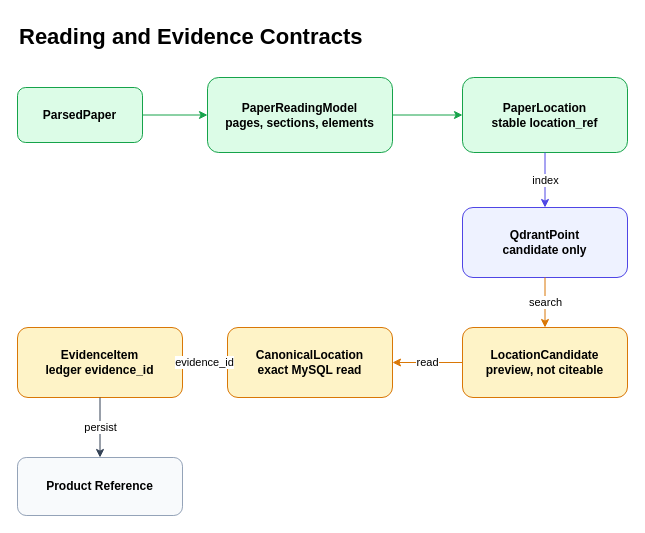
Before: page "02 Contracts" (2 of 7) of diagrams/paperloom-review-diagrams.drawio in CHZarles/paperloom, a draw.io diagram. Source tidied: cells renumbered, new cells numbered last; positions are measured from the earlier drawing's top-left corner, leaving out a move shared by most shapes. Both pictures are drawn from the tidied source at 100%, with x=0, y=0 at pixel (17, 17).
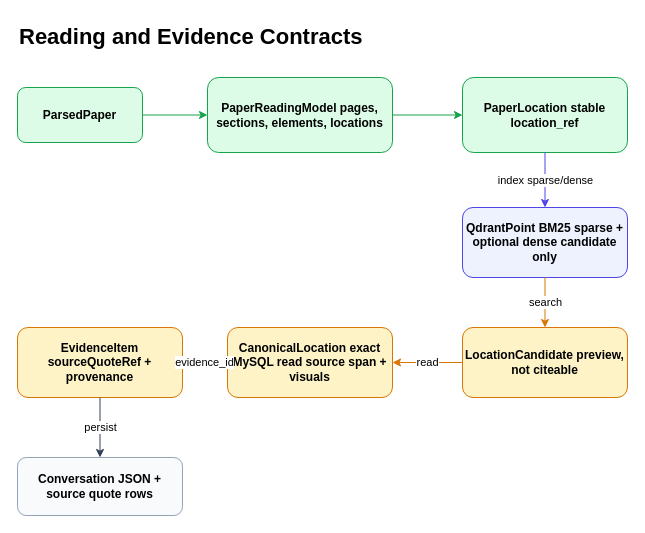
Above is the later version.

What changed in the source:
```diff
@@
 <mxGraphModel>
   <root>
     <mxCell id="0" />
     <mxCell id="1" parent="0" />
     <mxCell id="2" value="Reading and Evidence Contracts" style="text;html=1;strokeColor=none;fillColor=none;fontSize=22;fontStyle=1;align=left;" parent="1" vertex="1">
       <mxGeometry width="430" height="36" as="geometry" />
     </mxCell>
     <mxCell id="3" value="ParsedPaper" style="rounded=1;whiteSpace=wrap;html=1;fillColor=#DCFCE7;strokeColor=#16A34A;fontStyle=1;" parent="1" vertex="1">
       <mxGeometry y="70" width="125" height="55" as="geometry" />
     </mxCell>
-    <mxCell id="4" value="PaperReadingModel&#10;pages, sections, elements" style="rounded=1;whiteSpace=wrap;html=1;fillColor=#DCFCE7;strokeColor=#16A34A;fontStyle=1;" parent="1" vertex="1">
+    <mxCell id="4" value="PaperReadingModel pages, sections, elements, locations" style="rounded=1;whiteSpace=wrap;html=1;fillColor=#DCFCE7;strokeColor=#16A34A;fontStyle=1;" parent="1" vertex="1">
       <mxGeometry x="190" y="60" width="185" height="75" as="geometry" />
     </mxCell>
-    <mxCell id="5" value="PaperLocation&#10;stable location_ref" style="rounded=1;whiteSpace=wrap;html=1;fillColor=#DCFCE7;strokeColor=#16A34A;fontStyle=1;" parent="1" vertex="1">
+    <mxCell id="5" value="PaperLocation stable location_ref" style="rounded=1;whiteSpace=wrap;html=1;fillColor=#DCFCE7;strokeColor=#16A34A;fontStyle=1;" parent="1" vertex="1">
       <mxGeometry x="445" y="60" width="165" height="75" as="geometry" />
     </mxCell>
-    <mxCell id="6" value="QdrantPoint&#10;candidate only" style="rounded=1;whiteSpace=wrap;html=1;fillColor=#EEF2FF;strokeColor=#4F46E5;fontStyle=1;" parent="1" vertex="1">
+    <mxCell id="6" value="QdrantPoint BM25 sparse + optional dense candidate only" style="rounded=1;whiteSpace=wrap;html=1;fillColor=#EEF2FF;strokeColor=#4F46E5;fontStyle=1;" parent="1" vertex="1">
       <mxGeometry x="445" y="190" width="165" height="70" as="geometry" />
     </mxCell>
-    <mxCell id="7" value="LocationCandidate&#10;preview, not citeable" style="rounded=1;whiteSpace=wrap;html=1;fillColor=#FEF3C7;strokeColor=#D97706;fontStyle=1;" parent="1" vertex="1">
+    <mxCell id="7" value="LocationCandidate preview, not citeable" style="rounded=1;whiteSpace=wrap;html=1;fillColor=#FEF3C7;strokeColor=#D97706;fontStyle=1;" parent="1" vertex="1">
       <mxGeometry x="445" y="310" width="165" height="70" as="geometry" />
     </mxCell>
-    <mxCell id="8" value="CanonicalLocation&#10;exact MySQL read" style="rounded=1;whiteSpace=wrap;html=1;fillColor=#FEF3C7;strokeColor=#D97706;fontStyle=1;" parent="1" vertex="1">
+    <mxCell id="8" value="CanonicalLocation exact MySQL read source span + visuals" style="rounded=1;whiteSpace=wrap;html=1;fillColor=#FEF3C7;strokeColor=#D97706;fontStyle=1;" parent="1" vertex="1">
       <mxGeometry x="210" y="310" width="165" height="70" as="geometry" />
     </mxCell>
-    <mxCell id="9" value="EvidenceItem&#10;ledger evidence_id" style="rounded=1;whiteSpace=wrap;html=1;fillColor=#FEF3C7;strokeColor=#D97706;fontStyle=1;" parent="1" vertex="1">
+    <mxCell id="9" value="EvidenceItem sourceQuoteRef + provenance" style="rounded=1;whiteSpace=wrap;html=1;fillColor=#FEF3C7;strokeColor=#D97706;fontStyle=1;" parent="1" vertex="1">
       <mxGeometry y="310" width="165" height="70" as="geometry" />
     </mxCell>
-    <mxCell id="10" value="Product Reference" style="rounded=1;whiteSpace=wrap;html=1;fillColor=#F8FAFC;strokeColor=#94A3B8;fontStyle=1;" parent="1" vertex="1">
+    <mxCell id="10" value="Conversation JSON + source quote rows" style="rounded=1;whiteSpace=wrap;html=1;fillColor=#F8FAFC;strokeColor=#94A3B8;fontStyle=1;" parent="1" vertex="1">
       <mxGeometry y="440" width="165" height="58" as="geometry" />
     </mxCell>
     <mxCell id="11" style="endArrow=classic;html=1;edgeStyle=orthogonalEdgeStyle;exitX=1;exitY=0.5;entryX=0;entryY=0.5;strokeColor=#16A34A;" parent="1" edge="1" source="3" target="4">
       <mxGeometry relative="1" as="geometry" />
     </mxCell>
     <mxCell id="12" style="endArrow=classic;html=1;edgeStyle=orthogonalEdgeStyle;exitX=1;exitY=0.5;entryX=0;entryY=0.5;strokeColor=#16A34A;" parent="1" edge="1" source="4" target="5">
       <mxGeometry relative="1" as="geometry" />
     </mxCell>
-    <mxCell id="13" value="index" style="endArrow=classic;html=1;edgeStyle=orthogonalEdgeStyle;exitX=0.5;exitY=1;entryX=0.5;entryY=0;strokeColor=#4F46E5;" parent="1" edge="1" source="5" target="6">
+    <mxCell id="13" value="index sparse/dense" style="endArrow=classic;html=1;edgeStyle=orthogonalEdgeStyle;exitX=0.5;exitY=1;entryX=0.5;entryY=0;strokeColor=#4F46E5;" parent="1" edge="1" source="5" target="6">
       <mxGeometry relative="1" as="geometry" />
     </mxCell>
     <mxCell id="14" value="search" style="endArrow=classic;html=1;edgeStyle=orthogonalEdgeStyle;exitX=0.5;exitY=1;entryX=0.5;entryY=0;strokeColor=#D97706;" parent="1" edge="1" source="6" target="7">
       <mxGeometry relative="1" as="geometry" />
     </mxCell>
     <mxCell id="15" value="read" style="endArrow=classic;html=1;edgeStyle=orthogonalEdgeStyle;exitX=0;exitY=0.5;entryX=1;entryY=0.5;strokeColor=#D97706;" parent="1" edge="1" source="7" target="8">
       <mxGeometry relative="1" as="geometry" />
     </mxCell>
     <mxCell id="16" value="evidence_id" style="endArrow=classic;html=1;edgeStyle=orthogonalEdgeStyle;exitX=0;exitY=0.5;entryX=1;entryY=0.5;strokeColor=#D97706;" parent="1" edge="1" source="8" target="9">
       <mxGeometry relative="1" as="geometry" />
     </mxCell>
     <mxCell id="17" value="persist" style="endArrow=classic;html=1;edgeStyle=orthogonalEdgeStyle;exitX=0.5;exitY=1;entryX=0.5;entryY=0;strokeColor=#334155;" parent="1" edge="1" source="9" target="10">
       <mxGeometry relative="1" as="geometry" />
     </mxCell>
   </root>
 </mxGraphModel>
```
